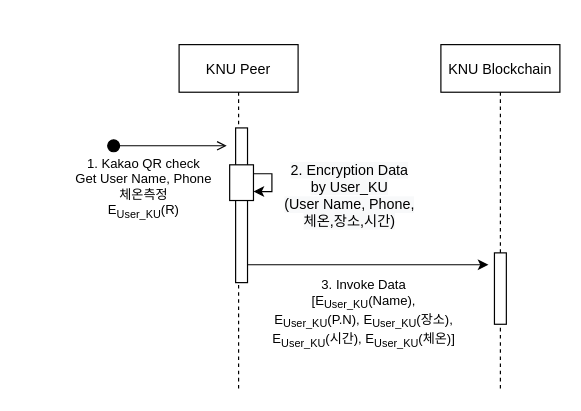
Above: page "check same org" (2 of 3) of Sequence Diagram.drawio in GunhyungKim/TrackingSystem (draw.io), before the change. Source tidied: cells renumbered, new cells numbered last; positions are measured from the earlier drawing's top-left corner, leaving out a move shared by most shapes. Both pictures are drawn from the tidied source at 119%, with x=0, y=0 at pixel (107, 44).
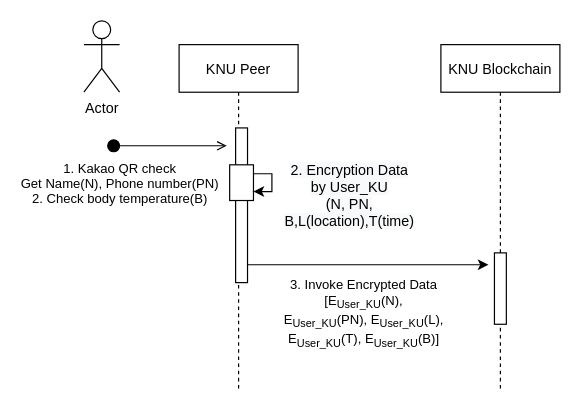
The same diagram, later.

Unchanged cells that the change refers to:
```xml
<mxCell id="5" style="edgeStyle=orthogonalEdgeStyle;rounded=0;jettySize=auto;html=1;exitX=1;exitY=0.5;exitDx=0;exitDy=0;endArrow=open;endFill=0;" parent="1" edge="1" source="7">
  <mxGeometry relative="1" as="geometry">
    <mxPoint x="100" y="85" as="targetPoint" />
  </mxGeometry>
</mxCell>
<mxCell id="8" style="edgeStyle=orthogonalEdgeStyle;rounded=0;orthogonalLoop=1;jettySize=auto;html=1;entryX=1;entryY=0.75;entryDx=0;entryDy=0;exitX=1;exitY=0.25;exitDx=0;exitDy=0;" parent="1" edge="1" source="11" target="11">
  <mxGeometry relative="1" as="geometry">
    <Array as="points">
      <mxPoint x="138" y="108" />
      <mxPoint x="138" y="123" />
    </Array>
  </mxGeometry>
</mxCell>
<mxCell id="12" style="edgeStyle=orthogonalEdgeStyle;rounded=0;orthogonalLoop=1;jettySize=auto;html=1;" parent="1" edge="1">
  <mxGeometry relative="1" as="geometry">
    <mxPoint x="117.5" y="185" as="sourcePoint" />
    <mxPoint x="320" y="185" as="targetPoint" />
    <Array as="points">
      <mxPoint x="266" y="185" />
    </Array>
  </mxGeometry>
</mxCell>
```

Change to the diagram source:
```diff
@@
-    <mxCell id="6" value="1. Kakao QR check&lt;br&gt;Get User Name, Phone&lt;br&gt;체온측정&lt;br&gt;E&lt;sub&gt;User_KU&lt;/sub&gt;(R)" style="edgeLabel;html=1;align=center;verticalAlign=middle;" parent="5" vertex="1">
+    <mxCell id="6" value="1. Kakao QR check&lt;br&gt;Get Name(N), Phone number(PN)&lt;br&gt;2. Check body temperature(B)" style="edgeLabel;html=1;align=center;verticalAlign=middle;" parent="5" vertex="1">
       <mxGeometry x="0.26" y="1" relative="1" as="geometry">
-        <mxPoint x="-37" y="36" as="offset" />
+        <mxPoint x="-57" y="32" as="offset" />
       </mxGeometry>
     </mxCell>
@@
-    <mxCell id="9" value="&lt;span style=&quot;font-size: 12px ; background-color: rgb(248 , 249 , 250)&quot;&gt;2. Encryption Data&lt;/span&gt;&lt;br style=&quot;font-size: 12px ; background-color: rgb(248 , 249 , 250)&quot;&gt;&lt;span style=&quot;font-size: 12px ; background-color: rgb(248 , 249 , 250)&quot;&gt;by User_KU&lt;/span&gt;&lt;br style=&quot;font-size: 12px ; background-color: rgb(248 , 249 , 250)&quot;&gt;&lt;span style=&quot;font-size: 12px ; background-color: rgb(248 , 249 , 250)&quot;&gt;(User Name, Phone,&lt;/span&gt;&lt;br style=&quot;font-size: 12px ; background-color: rgb(248 , 249 , 250)&quot;&gt;&lt;span style=&quot;font-size: 12px ; background-color: rgb(248 , 249 , 250)&quot;&gt;체온,장소,시간)&lt;/span&gt;" style="edgeLabel;html=1;align=center;verticalAlign=middle;" parent="8" vertex="1">
+    <mxCell id="9" value="&lt;span style=&quot;font-size: 12px ; background-color: rgb(248 , 249 , 250)&quot;&gt;2. Encryption Data&lt;/span&gt;&lt;br style=&quot;font-size: 12px ; background-color: rgb(248 , 249 , 250)&quot;&gt;&lt;span style=&quot;font-size: 12px ; background-color: rgb(248 , 249 , 250)&quot;&gt;by User_KU&lt;/span&gt;&lt;br style=&quot;font-size: 12px ; background-color: rgb(248 , 249 , 250)&quot;&gt;&lt;span style=&quot;font-size: 12px ; background-color: rgb(248 , 249 , 250)&quot;&gt;(N, PN,&lt;/span&gt;&lt;br style=&quot;font-size: 12px ; background-color: rgb(248 , 249 , 250)&quot;&gt;&lt;span style=&quot;font-size: 12px ; background-color: rgb(248 , 249 , 250)&quot;&gt;B,L(location),T(time)&lt;/span&gt;" style="edgeLabel;html=1;align=center;verticalAlign=middle;" parent="8" vertex="1">
       <mxGeometry x="-0.39" y="-3" relative="1" as="geometry">
         <mxPoint x="65.5" y="15" as="offset" />
       </mxGeometry>
     </mxCell>
@@
-    <mxCell id="13" value="3. Invoke Data&lt;br&gt;[E&lt;sub&gt;User_KU&lt;/sub&gt;(Name),&lt;br&gt;E&lt;sub&gt;User_KU&lt;/sub&gt;(P.N), E&lt;sub&gt;User_KU&lt;/sub&gt;(장소),&lt;br&gt;E&lt;sub&gt;User_KU&lt;/sub&gt;(시간), E&lt;sub&gt;User_KU&lt;/sub&gt;(체온)]" style="edgeLabel;html=1;align=center;verticalAlign=middle;" parent="12" vertex="1">
+    <mxCell id="13" value="3. Invoke Encrypted Data&lt;br&gt;[E&lt;sub&gt;User_KU&lt;/sub&gt;(N),&lt;br&gt;E&lt;sub&gt;User_KU&lt;/sub&gt;(PN), E&lt;sub&gt;User_KU&lt;/sub&gt;(L),&lt;br&gt;E&lt;sub&gt;User_KU&lt;/sub&gt;(T), E&lt;sub&gt;User_KU&lt;/sub&gt;(B)]" style="edgeLabel;html=1;align=center;verticalAlign=middle;" parent="12" vertex="1">
       <mxGeometry x="-0.39" y="-3" relative="1" as="geometry">
         <mxPoint x="34.5" y="37" as="offset" />
       </mxGeometry>
     </mxCell>
+    <mxCell id="14" value="Actor" style="shape=umlActor;verticalLabelPosition=bottom;verticalAlign=top;html=1;fillColor=#ffffff;" parent="1" vertex="1">
+      <mxGeometry x="-20" y="-20" width="30" height="60" as="geometry" />
+    </mxCell>
```
